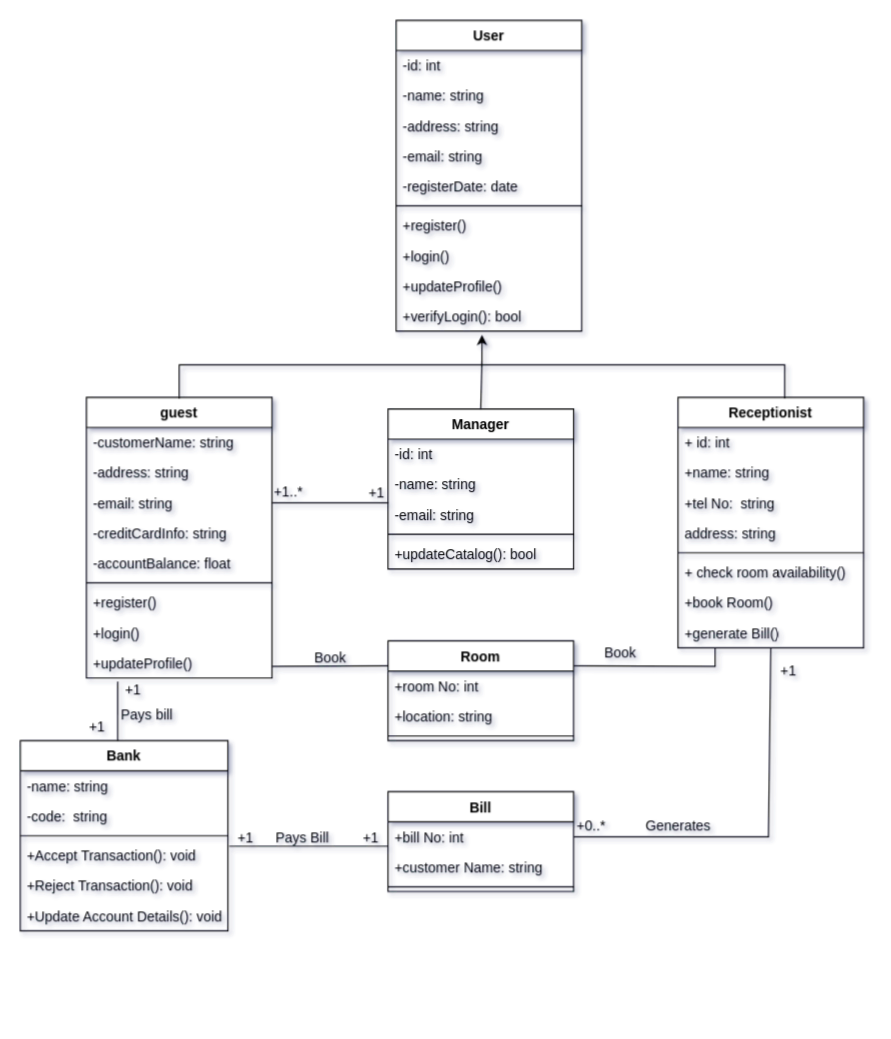
Before: Class diagram2.drawio in AhmedTarek-95/System-Desine, a draw.io diagram. Source tidied: cells renumbered, new cells numbered last; positions are measured from the earlier drawing's top-left corner, leaving out a move shared by most shapes. Both pictures are drawn from the tidied source at 116%, with x=0, y=0 at pixel (20, 20).
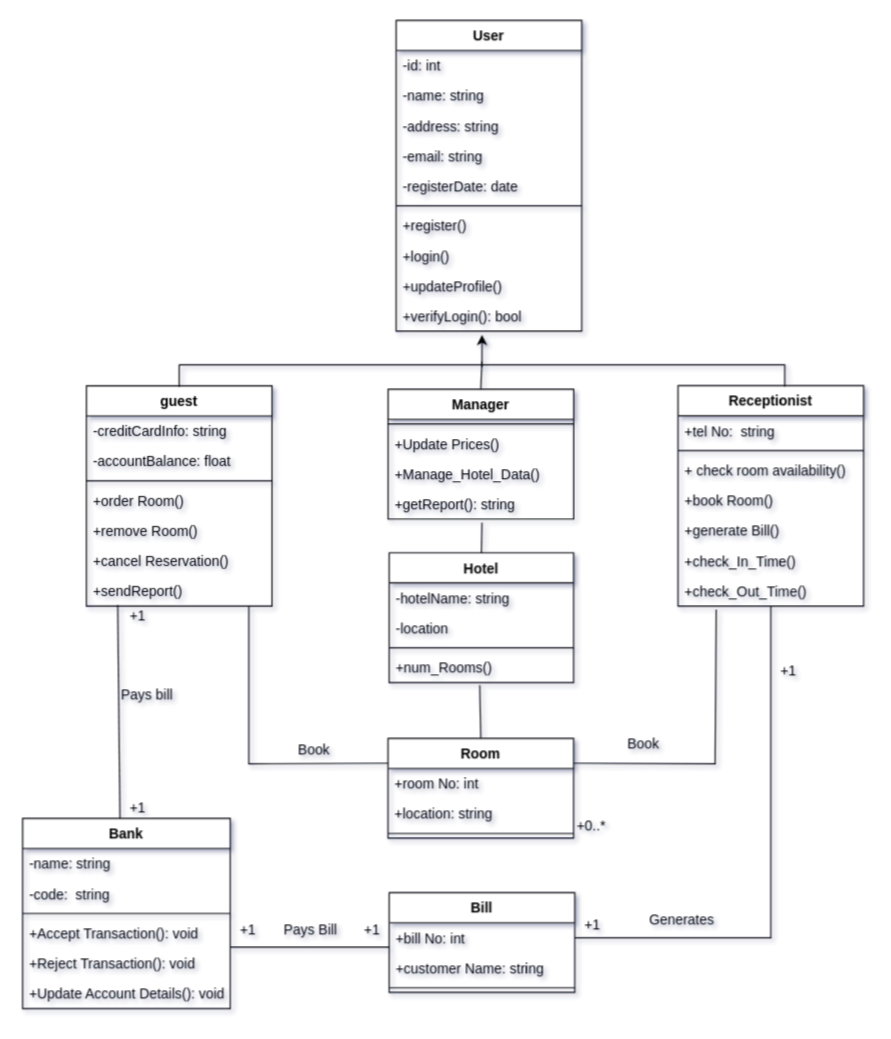
Above is the later version.

Unchanged cells that the change refers to:
```xml
<mxCell id="35" value="+bill No: int" style="text;strokeColor=none;fillColor=none;align=left;verticalAlign=top;spacingLeft=4;spacingRight=4;overflow=hidden;points=[[0,0.5],[1,0.5]];portConstraint=eastwest;" parent="34" vertex="1">
  <mxGeometry y="26" width="160" height="26" as="geometry" />
</mxCell>
<mxCell id="65" value="+Accept Transaction(): void" style="text;strokeColor=none;fillColor=none;align=left;verticalAlign=top;spacingLeft=4;spacingRight=4;overflow=hidden;points=[[0,0.5],[1,0.5]];portConstraint=eastwest;" parent="61" vertex="1">
  <mxGeometry y="86" width="179" height="26" as="geometry" />
</mxCell>
```

The edit, as a diff of the source:
```diff
@@
     <mxCell id="2" value="Manager" style="swimlane;fontStyle=1;align=center;verticalAlign=top;horizontal=1;startSize=26;" parent="1" vertex="1">
-      <mxGeometry x="317" y="335" width="160" height="138" as="geometry" />
+      <mxGeometry x="317" y="318" width="160" height="112" as="geometry" />
     </mxCell>
-    <mxCell id="3" value="-id: int" style="text;strokeColor=none;fillColor=none;align=left;verticalAlign=top;spacingLeft=4;spacingRight=4;overflow=hidden;" parent="2" vertex="1">
-      <mxGeometry y="26" width="160" height="26" as="geometry" />
-    </mxCell>
-    <mxCell id="4" value="-name: string" style="text;strokeColor=none;fillColor=none;align=left;verticalAlign=top;spacingLeft=4;spacingRight=4;overflow=hidden;" parent="2" vertex="1">
-      <mxGeometry y="52" width="160" height="26" as="geometry" />
-    </mxCell>
-    <mxCell id="5" value="-email: string" style="text;strokeColor=none;fillColor=none;align=left;verticalAlign=top;spacingLeft=4;spacingRight=4;overflow=hidden;" parent="2" vertex="1">
-      <mxGeometry y="78" width="160" height="26" as="geometry" />
-    </mxCell>
     <mxCell id="6" style="line;strokeWidth=1;fillColor=none;align=left;verticalAlign=middle;spacingTop=-1;spacingLeft=3;spacingRight=3;labelPosition=right;" parent="2" vertex="1">
-      <mxGeometry y="104" width="160" height="8" as="geometry" />
+      <mxGeometry y="26" width="160" height="8" as="geometry" />
     </mxCell>
-    <mxCell id="7" value="+updateCatalog(): bool" style="text;strokeColor=none;fillColor=none;align=left;verticalAlign=top;spacingLeft=4;spacingRight=4;overflow=hidden;" parent="2" vertex="1">
-      <mxGeometry y="112" width="160" height="26" as="geometry" />
-    </mxCell>
+    <mxCell id="75" value="+Update Prices()" style="text;strokeColor=none;fillColor=none;align=left;verticalAlign=top;spacingLeft=4;spacingRight=4;overflow=hidden;" parent="2" vertex="1">
+      <mxGeometry y="34" width="160" height="26" as="geometry" />
+    </mxCell>
+    <mxCell id="76" value="+Manage_Hotel_Data()" style="text;strokeColor=none;fillColor=none;align=left;verticalAlign=top;spacingLeft=4;spacingRight=4;overflow=hidden;" parent="2" vertex="1">
+      <mxGeometry y="60" width="160" height="26" as="geometry" />
+    </mxCell>
+    <mxCell id="77" value="+getReport(): string" style="text;strokeColor=none;fillColor=none;align=left;verticalAlign=top;spacingLeft=4;spacingRight=4;overflow=hidden;" parent="2" vertex="1">
+      <mxGeometry y="86" width="160" height="26" as="geometry" />
+    </mxCell>
     <mxCell id="8" value="guest" style="swimlane;fontStyle=1;align=center;verticalAlign=top;horizontal=1;startSize=26;" parent="1" vertex="1">
-      <mxGeometry x="57" y="325" width="160" height="242" as="geometry" />
+      <mxGeometry x="57" y="315" width="160" height="190" as="geometry" />
     </mxCell>
-    <mxCell id="9" value="-customerName: string" style="text;strokeColor=none;fillColor=none;align=left;verticalAlign=top;spacingLeft=4;spacingRight=4;overflow=hidden;" parent="8" vertex="1">
-      <mxGeometry y="26" width="160" height="26" as="geometry" />
-    </mxCell>
-    <mxCell id="10" value="-address: string" style="text;strokeColor=none;fillColor=none;align=left;verticalAlign=top;spacingLeft=4;spacingRight=4;overflow=hidden;" parent="8" vertex="1">
-      <mxGeometry y="52" width="160" height="26" as="geometry" />
-    </mxCell>
-    <mxCell id="11" value="-email: string" style="text;strokeColor=none;fillColor=none;align=left;verticalAlign=top;spacingLeft=4;spacingRight=4;overflow=hidden;points=[[0,0.5],[1,0.5]];portConstraint=eastwest;" parent="8" vertex="1">
-      <mxGeometry y="78" width="160" height="26" as="geometry" />
-    </mxCell>
     <mxCell id="12" value="-creditCardInfo: string" style="text;strokeColor=none;fillColor=none;align=left;verticalAlign=top;spacingLeft=4;spacingRight=4;overflow=hidden;" parent="8" vertex="1">
-      <mxGeometry y="104" width="160" height="26" as="geometry" />
+      <mxGeometry y="26" width="160" height="26" as="geometry" />
     </mxCell>
     <mxCell id="13" value="-accountBalance: float" style="text;strokeColor=none;fillColor=none;align=left;verticalAlign=top;spacingLeft=4;spacingRight=4;overflow=hidden;" parent="8" vertex="1">
-      <mxGeometry y="130" width="160" height="26" as="geometry" />
+      <mxGeometry y="52" width="160" height="26" as="geometry" />
     </mxCell>
     <mxCell id="14" style="line;strokeWidth=1;fillColor=none;align=left;verticalAlign=middle;spacingTop=-1;spacingLeft=3;spacingRight=3;labelPosition=right;" parent="8" vertex="1">
-      <mxGeometry y="156" width="160" height="8" as="geometry" />
+      <mxGeometry y="78" width="160" height="8" as="geometry" />
     </mxCell>
-    <mxCell id="15" value="+register()" style="text;strokeColor=none;fillColor=none;align=left;verticalAlign=top;spacingLeft=4;spacingRight=4;overflow=hidden;" parent="8" vertex="1">
-      <mxGeometry y="164" width="160" height="26" as="geometry" />
-    </mxCell>
-    <mxCell id="16" value="+login()" style="text;strokeColor=none;fillColor=none;align=left;verticalAlign=top;spacingLeft=4;spacingRight=4;overflow=hidden;" parent="8" vertex="1">
-      <mxGeometry y="190" width="160" height="26" as="geometry" />
+    <mxCell id="16" value="+order Room()" style="text;strokeColor=none;fillColor=none;align=left;verticalAlign=top;spacingLeft=4;spacingRight=4;overflow=hidden;" parent="8" vertex="1">
+      <mxGeometry y="86" width="160" height="26" as="geometry" />
     </mxCell>
-    <mxCell id="17" value="+updateProfile()" style="text;strokeColor=none;fillColor=none;align=left;verticalAlign=top;spacingLeft=4;spacingRight=4;overflow=hidden;" parent="8" vertex="1">
-      <mxGeometry y="216" width="160" height="26" as="geometry" />
+    <mxCell id="17" value="+remove Room()" style="text;strokeColor=none;fillColor=none;align=left;verticalAlign=top;spacingLeft=4;spacingRight=4;overflow=hidden;" parent="8" vertex="1">
+      <mxGeometry y="112" width="160" height="26" as="geometry" />
     </mxCell>
-    <mxCell id="18" style="endArrow=none;html=1;rounded=0;" parent="1" edge="1" source="11">
-      <mxGeometry relative="1" as="geometry">
-        <mxPoint x="317" y="416" as="targetPoint" />
-      </mxGeometry>
-    </mxCell>
+    <mxCell id="78" value="+cancel Reservation()" style="text;strokeColor=none;fillColor=none;align=left;verticalAlign=top;spacingLeft=4;spacingRight=4;overflow=hidden;" parent="8" vertex="1">
+      <mxGeometry y="138" width="160" height="26" as="geometry" />
+    </mxCell>
+    <mxCell id="79" value="+sendReport()" style="text;strokeColor=none;fillColor=none;align=left;verticalAlign=top;spacingLeft=4;spacingRight=4;overflow=hidden;" parent="8" vertex="1">
+      <mxGeometry y="164" width="160" height="26" as="geometry" />
+    </mxCell>
     <mxCell id="19" value="Room" style="swimlane;fontStyle=1;align=center;verticalAlign=top;horizontal=1;startSize=26;" parent="1" vertex="1">
-      <mxGeometry x="317" y="535" width="160" height="86" as="geometry" />
+      <mxGeometry x="317" y="619" width="160" height="86" as="geometry" />
     </mxCell>
@@
-    <mxCell id="23" value="Receptionist" style="swimlane;fontStyle=1;align=center;verticalAlign=top;horizontal=1;startSize=26;" parent="1" vertex="1">
-      <mxGeometry x="567" y="325" width="160" height="216" as="geometry" />
+    <mxCell id="23" value="Receptionist" style="swimlane;fontStyle=1;align=center;verticalAlign=top;horizontal=1;startSize=26;gradientColor=none;" parent="1" vertex="1">
+      <mxGeometry x="567" y="315" width="160" height="190" as="geometry" />
     </mxCell>
-    <mxCell id="24" value="+ id: int" style="text;strokeColor=none;fillColor=none;align=left;verticalAlign=top;spacingLeft=4;spacingRight=4;overflow=hidden;" parent="23" vertex="1">
-      <mxGeometry y="26" width="160" height="26" as="geometry" />
-    </mxCell>
-    <mxCell id="25" value="+name: string" style="text;strokeColor=none;fillColor=none;align=left;verticalAlign=top;spacingLeft=4;spacingRight=4;overflow=hidden;" parent="23" vertex="1">
-      <mxGeometry y="52" width="160" height="26" as="geometry" />
-    </mxCell>
     <mxCell id="26" value="+tel No:  string" style="text;strokeColor=none;fillColor=none;align=left;verticalAlign=top;spacingLeft=4;spacingRight=4;overflow=hidden;" parent="23" vertex="1">
-      <mxGeometry y="78" width="160" height="26" as="geometry" />
+      <mxGeometry y="26" width="160" height="26" as="geometry" />
     </mxCell>
-    <mxCell id="27" value="address: string" style="text;strokeColor=none;fillColor=none;align=left;verticalAlign=top;spacingLeft=4;spacingRight=4;overflow=hidden;" parent="23" vertex="1">
-      <mxGeometry y="104" width="160" height="26" as="geometry" />
-    </mxCell>
     <mxCell id="28" style="line;strokeWidth=1;fillColor=none;align=left;verticalAlign=middle;spacingTop=-1;spacingLeft=3;spacingRight=3;labelPosition=right;" parent="23" vertex="1">
-      <mxGeometry y="130" width="160" height="8" as="geometry" />
+      <mxGeometry y="52" width="160" height="8" as="geometry" />
     </mxCell>
     <mxCell id="29" value="+ check room availability()" style="text;strokeColor=none;fillColor=none;align=left;verticalAlign=top;spacingLeft=4;spacingRight=4;overflow=hidden;" parent="23" vertex="1">
-      <mxGeometry y="138" width="160" height="26" as="geometry" />
+      <mxGeometry y="60" width="160" height="26" as="geometry" />
     </mxCell>
     <mxCell id="30" value="+book Room()" style="text;strokeColor=none;fillColor=none;align=left;verticalAlign=top;spacingLeft=4;spacingRight=4;overflow=hidden;" parent="23" vertex="1">
-      <mxGeometry y="164" width="160" height="26" as="geometry" />
+      <mxGeometry y="86" width="160" height="26" as="geometry" />
     </mxCell>
     <mxCell id="31" value="+generate Bill()" style="text;strokeColor=none;fillColor=none;align=left;verticalAlign=top;spacingLeft=4;spacingRight=4;overflow=hidden;points=[[0,0.5],[1,0.5]];portConstraint=eastwest;" parent="23" vertex="1">
-      <mxGeometry y="190" width="160" height="26" as="geometry" />
+      <mxGeometry y="112" width="160" height="26" as="geometry" />
     </mxCell>
+    <mxCell id="80" value="+check_In_Time()" style="text;strokeColor=none;fillColor=none;align=left;verticalAlign=top;spacingLeft=4;spacingRight=4;overflow=hidden;" parent="23" vertex="1">
+      <mxGeometry y="138" width="160" height="26" as="geometry" />
+    </mxCell>
+    <mxCell id="81" value="+check_Out_Time()" style="text;strokeColor=none;fillColor=none;align=left;verticalAlign=top;spacingLeft=4;spacingRight=4;overflow=hidden;points=[[0,0.5],[1,0.5]];portConstraint=eastwest;" parent="23" vertex="1">
+      <mxGeometry y="164" width="160" height="26" as="geometry" />
+    </mxCell>
     <mxCell id="32" style="endArrow=none;html=1;rounded=0;exitX=0;exitY=0.25;exitDx=0;exitDy=0;" parent="1" edge="1" source="19">
       <mxGeometry relative="1" as="geometry">
-        <mxPoint x="217" y="557" as="targetPoint" />
+        <mxPoint x="197" y="505" as="targetPoint" />
+        <Array as="points">
+          <mxPoint x="197" y="641" />
+        </Array>
       </mxGeometry>
     </mxCell>
-    <mxCell id="33" style="endArrow=none;html=1;rounded=0;entryX=0.5;entryY=1;entryDx=0;entryDy=0;entryPerimeter=0;exitX=1;exitY=0.5;exitDx=0;exitDy=0;" parent="1" edge="1" source="35" target="31">
+    <mxCell id="33" style="endArrow=none;html=1;rounded=0;exitX=1;exitY=0.5;exitDx=0;exitDy=0;" parent="1" edge="1" source="35">
       <mxGeometry relative="1" as="geometry">
+        <mxPoint x="647" y="505" as="targetPoint" />
         <Array as="points">
-          <mxPoint x="645" y="704" />
+          <mxPoint x="647" y="791" />
         </Array>
       </mxGeometry>
     </mxCell>
     <mxCell id="34" value="Bill" style="swimlane;fontStyle=1;align=center;verticalAlign=top;horizontal=1;startSize=26;" parent="1" vertex="1">
-      <mxGeometry x="317" y="665" width="160" height="86" as="geometry" />
+      <mxGeometry x="318" y="752" width="160" height="86" as="geometry" />
     </mxCell>
@@
-    <mxCell id="38" style="endArrow=none;html=1;rounded=0;entryX=0;entryY=0.808;entryDx=0;entryDy=0;entryPerimeter=0;exitX=0.036;exitY=0.85;exitDx=0;exitDy=0;exitPerimeter=0;" parent="1" edge="1" source="42" target="35">
+    <mxCell id="38" style="endArrow=none;html=1;rounded=0;entryX=0;entryY=0.808;entryDx=0;entryDy=0;entryPerimeter=0;exitX=1;exitY=0.962;exitDx=0;exitDy=0;exitPerimeter=0;" parent="1" edge="1" source="65" target="35">
       <mxGeometry relative="1" as="geometry" />
     </mxCell>
-    <mxCell id="39" style="endArrow=none;html=1;rounded=0;entryX=1;entryY=0.25;entryDx=0;entryDy=0;exitX=0.2;exitY=1;exitDx=0;exitDy=0;exitPerimeter=0;" parent="1" edge="1" source="31" target="19">
+    <mxCell id="39" style="endArrow=none;html=1;rounded=0;entryX=1;entryY=0.25;entryDx=0;entryDy=0;exitX=0.206;exitY=1.115;exitDx=0;exitDy=0;exitPerimeter=0;" parent="1" edge="1" source="81" target="19">
       <mxGeometry relative="1" as="geometry">
         <Array as="points">
-          <mxPoint x="599" y="557" />
+          <mxPoint x="599" y="641" />
         </Array>
       </mxGeometry>
     </mxCell>
-    <mxCell id="40" value="+1..*" style="text;html=1;align=center;verticalAlign=middle;strokeColor=none;fillColor=none;" parent="1" vertex="1">
-      <mxGeometry x="211" y="397" width="40" height="20" as="geometry" />
-    </mxCell>
-    <mxCell id="41" value="+1" style="text;html=1;align=center;verticalAlign=middle;strokeColor=none;fillColor=none;" parent="1" vertex="1">
-      <mxGeometry x="292" y="398" width="30" height="20" as="geometry" />
-    </mxCell>
     <mxCell id="42" value="+1" style="text;html=1;align=center;verticalAlign=middle;points=[];strokeColor=none;fillColor=none;" parent="1" vertex="1">
-      <mxGeometry x="179" y="695" width="30" height="20" as="geometry" />
+      <mxGeometry x="181" y="775" width="30" height="20" as="geometry" />
     </mxCell>
     <mxCell id="43" value="+1" style="text;html=1;align=center;verticalAlign=middle;strokeColor=none;fillColor=none;" parent="1" vertex="1">
-      <mxGeometry x="287" y="695" width="30" height="20" as="geometry" />
+      <mxGeometry x="288" y="775" width="30" height="20" as="geometry" />
     </mxCell>
     <mxCell id="44" value="Generates" style="text;html=1;align=center;verticalAlign=middle;strokeColor=none;fillColor=none;" parent="1" vertex="1">
-      <mxGeometry x="532" y="685" width="70" height="20" as="geometry" />
+      <mxGeometry x="535" y="766" width="70" height="20" as="geometry" />
     </mxCell>
@@
     <mxCell id="47" value="Pays Bill" style="text;html=1;align=center;verticalAlign=middle;strokeColor=none;fillColor=none;" parent="1" vertex="1">
-      <mxGeometry x="213" y="695" width="60" height="20" as="geometry" />
+      <mxGeometry x="220" y="775" width="60" height="20" as="geometry" />
     </mxCell>
     <mxCell id="48" value="Book" style="text;html=1;align=center;verticalAlign=middle;strokeColor=none;fillColor=none;" parent="1" vertex="1">
-      <mxGeometry x="247" y="540" width="40" height="20" as="geometry" />
+      <mxGeometry x="233" y="619" width="40" height="20" as="geometry" />
     </mxCell>
     <mxCell id="49" value="Book" style="text;html=1;align=center;verticalAlign=middle;strokeColor=none;fillColor=none;" parent="1" vertex="1">
-      <mxGeometry x="497" y="536" width="40" height="20" as="geometry" />
+      <mxGeometry x="517" y="614" width="40" height="20" as="geometry" />
     </mxCell>
@@
     <mxCell id="61" value="Bank" style="swimlane;fontStyle=1;align=center;verticalAlign=top;horizontal=1;startSize=26;" parent="1" vertex="1">
-      <mxGeometry y="621" width="179" height="164" as="geometry" />
+      <mxGeometry x="2" y="688" width="179" height="164" as="geometry" />
     </mxCell>
@@
     <mxCell id="68" style="endArrow=none;html=1;rounded=0;entryX=0.575;entryY=0.005;entryDx=0;entryDy=0;entryPerimeter=0;" parent="1" edge="1" target="23">
       <mxGeometry relative="1" as="geometry">
-        <mxPoint x="137" y="326" as="sourcePoint" />
+        <mxPoint x="137" y="316" as="sourcePoint" />
         <Array as="points">
           <mxPoint x="137" y="297" />
           <mxPoint x="659" y="297" />
         </Array>
       </mxGeometry>
     </mxCell>
@@
     <mxCell id="71" style="endArrow=none;html=1;rounded=0;exitX=0.469;exitY=0;exitDx=0;exitDy=0;exitPerimeter=0;" parent="1" edge="1" source="61">
       <mxGeometry relative="1" as="geometry">
-        <mxPoint x="84" y="570" as="targetPoint" />
+        <mxPoint x="84" y="504" as="targetPoint" />
       </mxGeometry>
     </mxCell>
     <mxCell id="72" value="+1" style="text;html=1;align=center;verticalAlign=middle;strokeColor=none;fillColor=none;" parent="1" vertex="1">
-      <mxGeometry x="54" y="601" width="24" height="18" as="geometry" />
+      <mxGeometry x="89" y="670" width="24" height="18" as="geometry" />
     </mxCell>
     <mxCell id="73" value="+1" style="text;html=1;align=center;verticalAlign=middle;strokeColor=none;fillColor=none;" parent="1" vertex="1">
-      <mxGeometry x="85" y="569" width="24" height="18" as="geometry" />
+      <mxGeometry x="89" y="505" width="24" height="18" as="geometry" />
     </mxCell>
     <mxCell id="74" value="Pays bill" style="text;html=1;align=center;verticalAlign=middle;strokeColor=none;fillColor=none;" parent="1" vertex="1">
-      <mxGeometry x="81" y="590" width="55" height="18" as="geometry" />
+      <mxGeometry x="81" y="573" width="55" height="18" as="geometry" />
     </mxCell>
+    <mxCell id="82" value="Hotel" style="swimlane;fontStyle=1;align=center;verticalAlign=top;horizontal=1;startSize=26;" parent="1" vertex="1">
+      <mxGeometry x="318" y="459" width="159" height="112" as="geometry" />
+    </mxCell>
+    <mxCell id="83" value="-hotelName: string" style="text;strokeColor=none;fillColor=none;align=left;verticalAlign=top;spacingLeft=4;spacingRight=4;overflow=hidden;" parent="82" vertex="1">
+      <mxGeometry y="26" width="159" height="26" as="geometry" />
+    </mxCell>
+    <mxCell id="84" value="-location" style="text;strokeColor=none;fillColor=none;align=left;verticalAlign=top;spacingLeft=4;spacingRight=4;overflow=hidden;" parent="82" vertex="1">
+      <mxGeometry y="52" width="159" height="26" as="geometry" />
+    </mxCell>
+    <mxCell id="85" style="line;strokeWidth=1;fillColor=none;align=left;verticalAlign=middle;spacingTop=-1;spacingLeft=3;spacingRight=3;labelPosition=right;" parent="82" vertex="1">
+      <mxGeometry y="78" width="159" height="8" as="geometry" />
+    </mxCell>
+    <mxCell id="86" value="+num_Rooms()" style="text;strokeColor=none;fillColor=none;align=left;verticalAlign=top;spacingLeft=4;spacingRight=4;overflow=hidden;points=[[0,0.5],[1,0.5]];portConstraint=eastwest;" parent="82" vertex="1">
+      <mxGeometry y="86" width="159" height="26" as="geometry" />
+    </mxCell>
+    <mxCell id="87" style="endArrow=none;html=1;rounded=0;exitX=0.5;exitY=0;exitDx=0;exitDy=0;" parent="1" edge="1" source="82">
+      <mxGeometry relative="1" as="geometry">
+        <mxPoint x="398" y="433" as="targetPoint" />
+      </mxGeometry>
+    </mxCell>
+    <mxCell id="88" style="endArrow=none;html=1;rounded=0;entryX=0.491;entryY=1.077;entryDx=0;entryDy=0;entryPerimeter=0;exitX=0.5;exitY=0;exitDx=0;exitDy=0;" parent="1" edge="1" source="19" target="86">
+      <mxGeometry relative="1" as="geometry" />
+    </mxCell>
+    <mxCell id="41" value="+1" style="text;html=1;align=center;verticalAlign=middle;strokeColor=none;fillColor=none;" parent="1" vertex="1">
+      <mxGeometry x="481" y="771" width="24" height="18" as="geometry" />
+    </mxCell>
```
